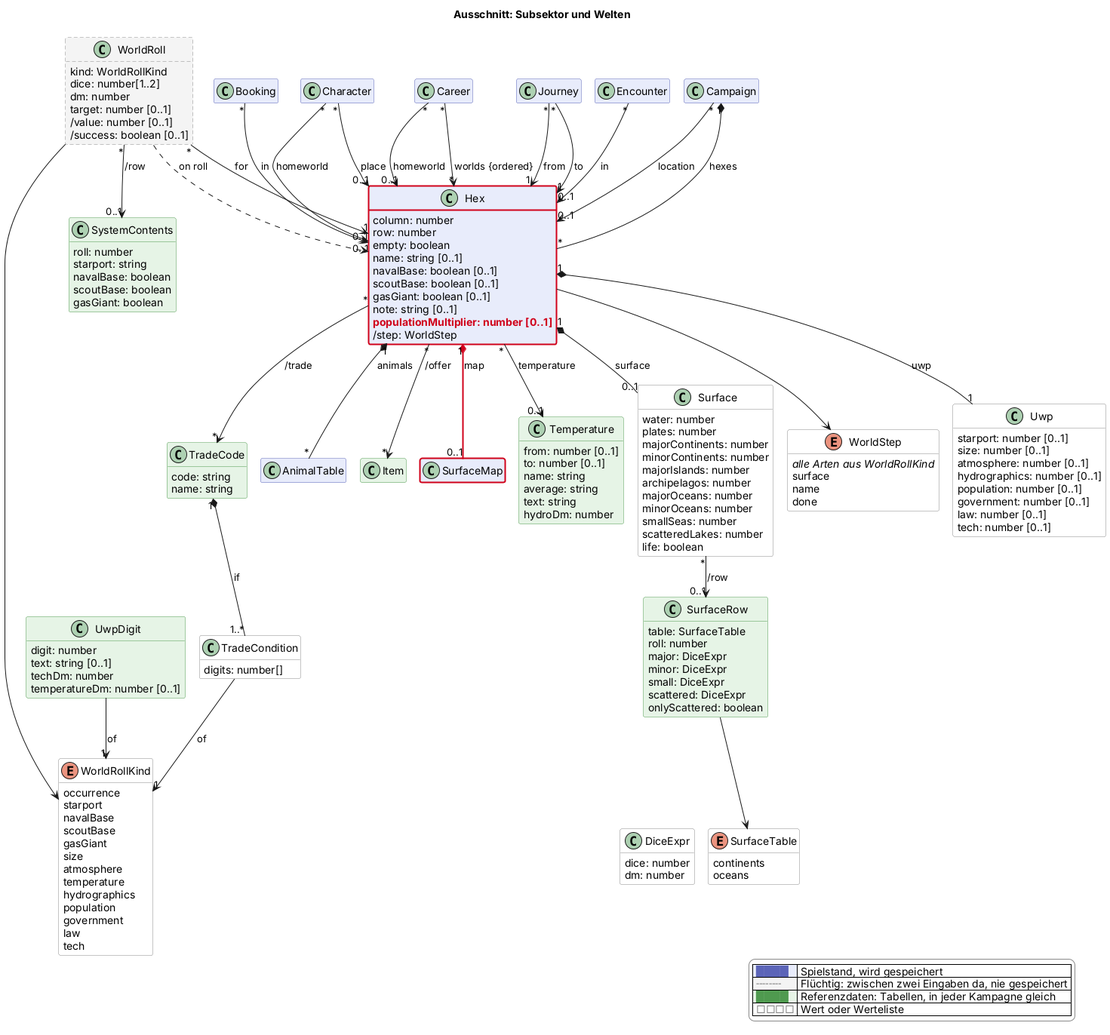
Before: docs/views/sektor.png, a diagram exported from PlantUML (scuzzar/SRE).
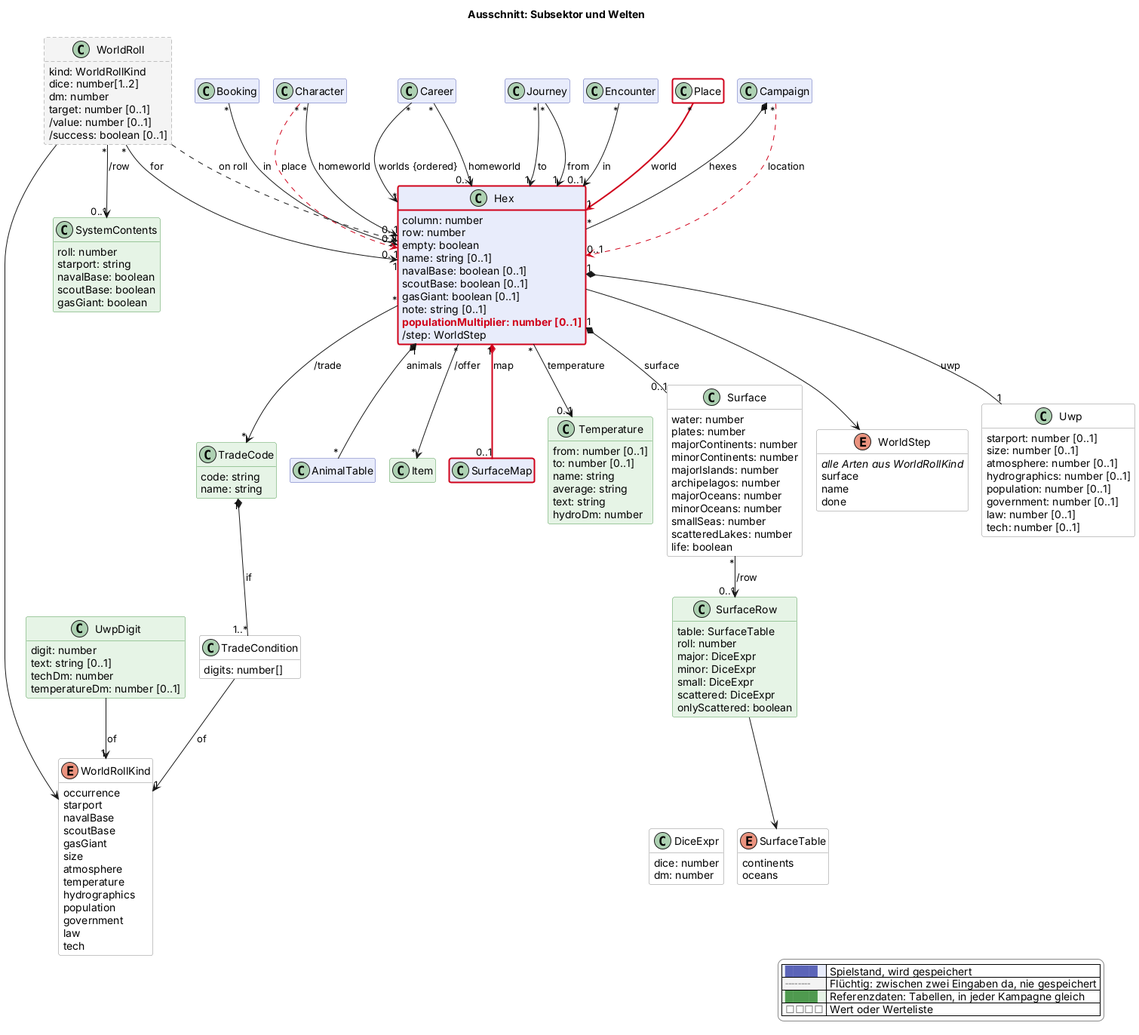
Above is the later version.

Diff of the diagram source:
```diff
@@ -137,6 +137,7 @@
     life: boolean
   }
   class SurfaceMap $oberflaeche $newClass("2026-11-14g")
+  class Place <<value>> $oberflaeche $newClass("2026-11-14h")
   class SurfaceRow <<reference>> $sektor {
     table: SurfaceTable
     roll: number
@@ -191,7 +192,7 @@
     done
   }
 
-Campaign "*" --> "0..1" Hex : location
+Campaign "*" -$goneArrow("2026-11-14h")-> "0..1" Hex : location
 Booking "*" --> "0..1" Hex : in
 
 Journey "*" --> "1" Hex : from
@@ -200,7 +201,7 @@
 Career "*" --> "0..1" Hex : homeworld
 Career "*" --> "*" Hex : worlds {ordered}
 Character "*" --> "0..1" Hex : homeworld
-Character "*" --> "0..1" Hex : place
+Character "*" -$goneArrow("2026-11-14h")-> "0..1" Hex : place
 
 
 Campaign "1" *-- "*" Hex : hexes
@@ -213,6 +214,7 @@
 Hex "1" *-- "0..1" Surface : surface
 Surface "*" --> "0..1" SurfaceRow : /row
 Hex "1" *-$newArrow("2026-11-14g")- "0..1" SurfaceMap : map
+Place "*" -$newArrow("2026-11-14h")-> "1" Hex : world
 SurfaceRow --> SurfaceTable
 SurfaceRow -[hidden]- DiceExpr
 WorldRoll --> WorldRollKind
```
